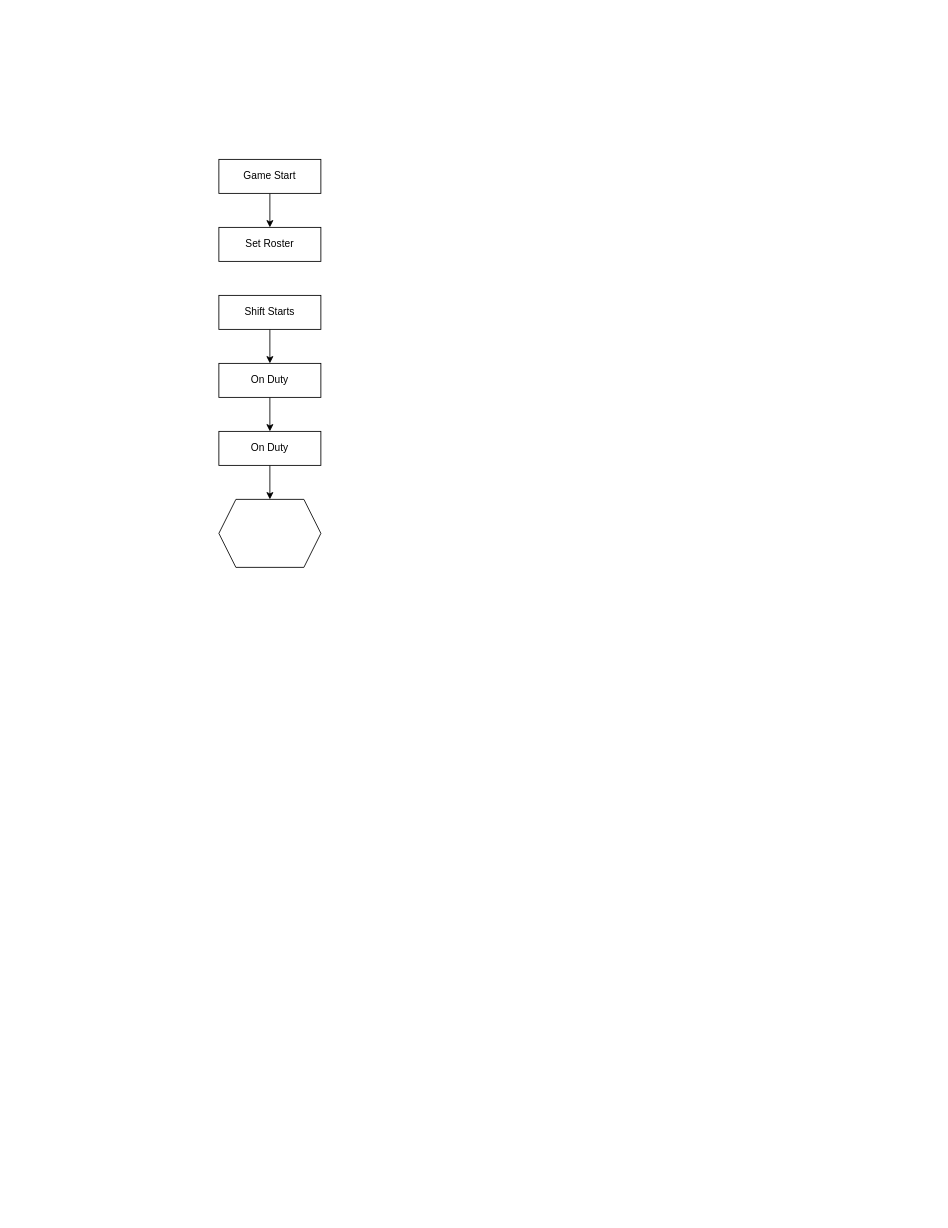
Before: Life Savers Game Loop.drawio in Lekonia/Documents, a draw.io diagram. Source tidied: cells renumbered, new cells numbered last; positions are measured from the earlier drawing's top-left corner, leaving out a move shared by most shapes. Both pictures are drawn from the tidied source at 85%, with x=0, y=0 at pixel (218, 159).
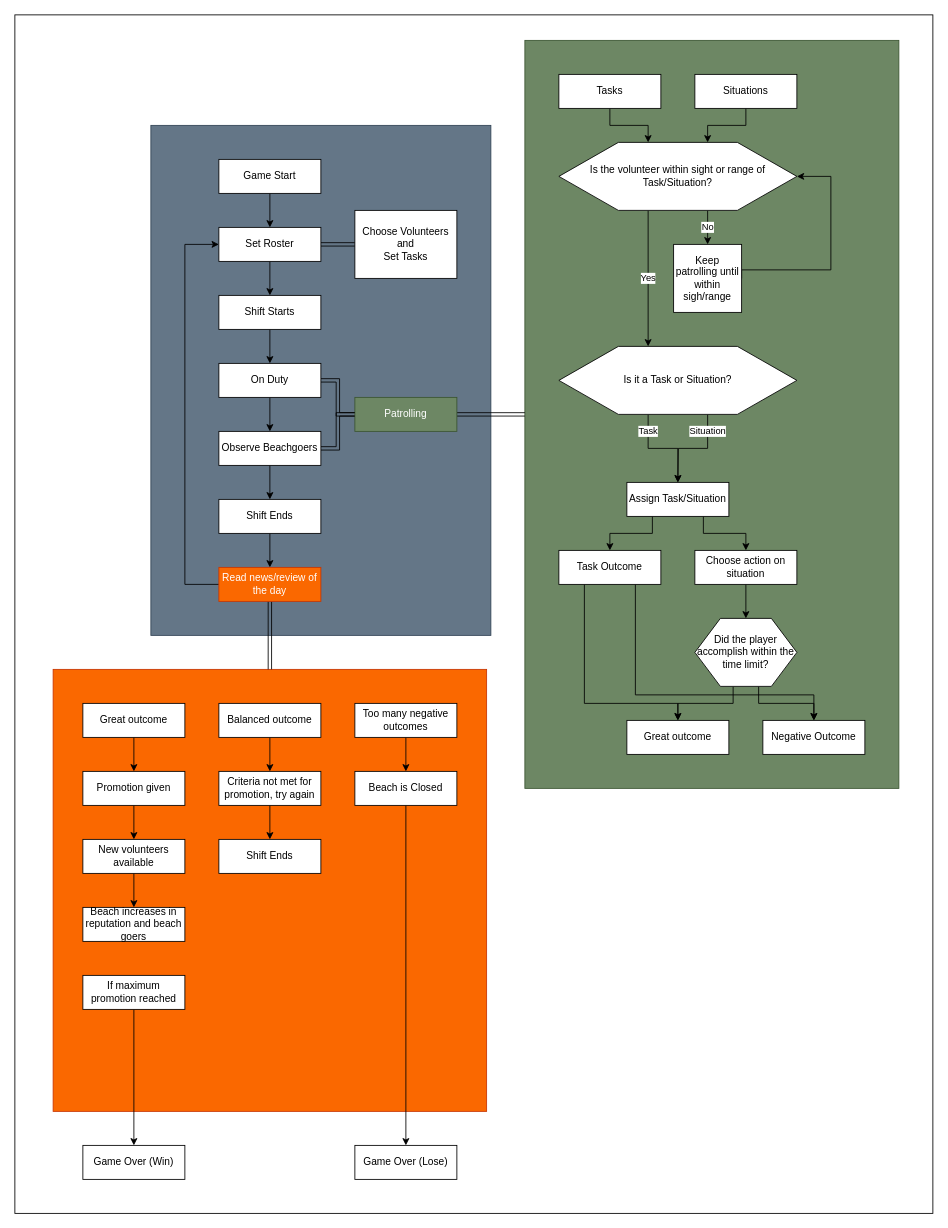
After the change.

Unchanged cells that the change refers to:
```xml
<mxCell id="4" value="Set Roster" style="rounded=0;whiteSpace=wrap;html=1;" parent="1" vertex="1">
  <mxGeometry y="80" width="120" height="40" as="geometry" />
</mxCell>
<mxCell id="6" value="Shift Starts" style="rounded=0;whiteSpace=wrap;html=1;" parent="1" vertex="1">
  <mxGeometry y="160" width="120" height="40" as="geometry" />
</mxCell>
<mxCell id="8" value="On Duty" style="rounded=0;whiteSpace=wrap;html=1;" parent="1" vertex="1">
  <mxGeometry y="240" width="120" height="40" as="geometry" />
</mxCell>
```

What changed in the source:
```diff
@@
+    <mxCell id="12" style="rounded=0;whiteSpace=wrap;html=1;" parent="1" vertex="1">
+      <mxGeometry x="-240" y="-170" width="1080" height="1410" as="geometry" />
+    </mxCell>
+    <mxCell id="13" style="rounded=0;whiteSpace=wrap;html=1;fillColor=#647687;strokeColor=#314354;fontColor=#ffffff;" parent="1" vertex="1">
+      <mxGeometry x="-80" y="-40" width="400" height="600" as="geometry" />
+    </mxCell>
+    <mxCell id="14" style="rounded=0;whiteSpace=wrap;html=1;fillColor=#6d8764;strokeColor=#3A5431;fontColor=#ffffff;" parent="1" vertex="1">
+      <mxGeometry x="360" y="-140" width="440" height="880" as="geometry" />
+    </mxCell>
+    <mxCell id="15" style="rounded=0;whiteSpace=wrap;html=1;fillColor=#fa6800;strokeColor=#C73500;fontColor=#ffffff;" parent="1" vertex="1">
+      <mxGeometry x="-195" y="600" width="510" height="520" as="geometry" />
+    </mxCell>
@@
+    <mxCell id="16" style="edgeStyle=orthogonalEdgeStyle;rounded=0;jettySize=auto;html=1;" parent="1" edge="1" source="4" target="6">
+      <mxGeometry relative="1" as="geometry" />
+    </mxCell>
+    <mxCell id="17" style="edgeStyle=orthogonalEdgeStyle;rounded=0;jettySize=auto;html=1;shape=link;" parent="1" edge="1" source="4" target="18">
+      <mxGeometry relative="1" as="geometry" />
+    </mxCell>
@@
+    <mxCell id="18" value="Choose Volunteers&lt;br&gt;and&lt;br&gt;Set Tasks" style="rounded=0;whiteSpace=wrap;html=1;" parent="1" vertex="1">
+      <mxGeometry x="160" y="60" width="120" height="80" as="geometry" />
+    </mxCell>
@@
+    <mxCell id="19" style="edgeStyle=orthogonalEdgeStyle;rounded=0;jettySize=auto;html=1;shape=link;" parent="1" edge="1" source="8" target="21">
+      <mxGeometry relative="1" as="geometry" />
+    </mxCell>
@@
-    <mxCell id="9" style="edgeStyle=orthogonalEdgeStyle;rounded=0;jettySize=auto;html=1;" parent="1" edge="1" source="10" target="11">
-      <mxGeometry relative="1" as="geometry" />
-    </mxCell>
+    <mxCell id="20" style="edgeStyle=orthogonalEdgeStyle;rounded=0;jettySize=auto;html=1;entryX=0;entryY=0.5;entryDx=0;entryDy=0;shape=link;" parent="1" edge="1" source="21" target="14">
+      <mxGeometry relative="1" as="geometry" />
+    </mxCell>
+    <mxCell id="21" value="Patrolling" style="rounded=0;whiteSpace=wrap;html=1;fillColor=#6d8764;strokeColor=#3A5431;fontColor=#ffffff;" parent="1" vertex="1">
+      <mxGeometry x="160" y="280" width="120" height="40" as="geometry" />
+    </mxCell>
+    <mxCell id="22" style="edgeStyle=orthogonalEdgeStyle;rounded=0;jettySize=auto;html=1;" parent="1" edge="1" source="10" target="26">
+      <mxGeometry relative="1" as="geometry" />
+    </mxCell>
+    <mxCell id="23" style="edgeStyle=orthogonalEdgeStyle;rounded=0;jettySize=auto;html=1;shape=link;" parent="1" edge="1" source="10" target="21">
+      <mxGeometry relative="1" as="geometry" />
+    </mxCell>
-    <mxCell id="10" value="On Duty" style="rounded=0;whiteSpace=wrap;html=1;" parent="1" vertex="1">
+    <mxCell id="10" value="Observe Beachgoers" style="rounded=0;whiteSpace=wrap;html=1;" parent="1" vertex="1">
       <mxGeometry y="320" width="120" height="40" as="geometry" />
     </mxCell>
-    <mxCell id="11" style="shape=hexagon;perimeter=hexagonPerimeter2;whiteSpace=wrap;html=1;fixedSize=1;" parent="1" vertex="1">
-      <mxGeometry y="400" width="120" height="80" as="geometry" />
-    </mxCell>
+    <mxCell id="24" style="edgeStyle=orthogonalEdgeStyle;rounded=0;jettySize=auto;html=1;entryX=0;entryY=0.5;entryDx=0;entryDy=0;exitX=0;exitY=0.5;exitDx=0;exitDy=0;" parent="1" edge="1" source="28" target="4">
+      <mxGeometry relative="1" as="geometry">
+        <Array as="points">
+          <mxPoint x="-40" y="500" />
+          <mxPoint x="-40" y="100" />
+        </Array>
+      </mxGeometry>
+    </mxCell>
+    <mxCell id="25" style="edgeStyle=orthogonalEdgeStyle;rounded=0;jettySize=auto;html=1;" parent="1" edge="1" source="26" target="28">
+      <mxGeometry relative="1" as="geometry" />
+    </mxCell>
+    <mxCell id="26" value="Shift Ends" style="rounded=0;whiteSpace=wrap;html=1;" parent="1" vertex="1">
+      <mxGeometry y="400" width="120" height="40" as="geometry" />
+    </mxCell>
+    <mxCell id="27" style="edgeStyle=orthogonalEdgeStyle;shape=link;rounded=0;jettySize=auto;html=1;" parent="1" edge="1" source="28" target="15">
+      <mxGeometry relative="1" as="geometry" />
+    </mxCell>
+    <mxCell id="28" value="Read news/review of the day" style="rounded=0;whiteSpace=wrap;html=1;fillColor=#fa6800;strokeColor=#C73500;fontColor=#ffffff;" parent="1" vertex="1">
+      <mxGeometry y="480" width="120" height="40" as="geometry" />
+    </mxCell>
+    <mxCell id="29" style="edgeStyle=orthogonalEdgeStyle;rounded=0;jettySize=auto;html=1;entryX=0.375;entryY=0;entryDx=0;entryDy=0;" parent="1" edge="1" source="30" target="35">
+      <mxGeometry relative="1" as="geometry" />
+    </mxCell>
+    <mxCell id="30" value="Tasks" style="rounded=0;whiteSpace=wrap;html=1;" parent="1" vertex="1">
+      <mxGeometry x="400" y="-100" width="120" height="40" as="geometry" />
+    </mxCell>
+    <mxCell id="31" style="edgeStyle=orthogonalEdgeStyle;rounded=0;jettySize=auto;html=1;entryX=0.625;entryY=0;entryDx=0;entryDy=0;" parent="1" edge="1" source="32" target="35">
+      <mxGeometry relative="1" as="geometry" />
+    </mxCell>
+    <mxCell id="32" value="Situations" style="rounded=0;whiteSpace=wrap;html=1;" parent="1" vertex="1">
+      <mxGeometry x="560" y="-100" width="120" height="40" as="geometry" />
+    </mxCell>
+    <mxCell id="33" value="Yes" style="edgeStyle=orthogonalEdgeStyle;rounded=0;jettySize=auto;html=1;exitX=0.375;exitY=1;exitDx=0;exitDy=0;entryX=0.375;entryY=0;entryDx=0;entryDy=0;" parent="1" edge="1" source="35" target="61">
+      <mxGeometry relative="1" as="geometry" />
+    </mxCell>
+    <mxCell id="34" value="No" style="edgeStyle=orthogonalEdgeStyle;rounded=0;jettySize=auto;html=1;exitX=0.625;exitY=1;exitDx=0;exitDy=0;entryX=0.5;entryY=0;entryDx=0;entryDy=0;" parent="1" edge="1" source="35" target="63">
+      <mxGeometry relative="1" as="geometry" />
+    </mxCell>
+    <mxCell id="35" value="Is the volunteer within sight or range of Task/Situation?" style="shape=hexagon;perimeter=hexagonPerimeter2;whiteSpace=wrap;html=1;" parent="1" vertex="1">
+      <mxGeometry x="400" y="-20" width="280" height="80" as="geometry" />
+    </mxCell>
+    <mxCell id="36" style="edgeStyle=orthogonalEdgeStyle;rounded=0;jettySize=auto;html=1;" parent="1" edge="1" source="37" target="39">
+      <mxGeometry relative="1" as="geometry" />
+    </mxCell>
+    <mxCell id="37" value="Too many negative outcomes" style="rounded=0;whiteSpace=wrap;html=1;" parent="1" vertex="1">
+      <mxGeometry x="160" y="640" width="120" height="40" as="geometry" />
+    </mxCell>
+    <mxCell id="38" style="edgeStyle=orthogonalEdgeStyle;rounded=0;jettySize=auto;html=1;" parent="1" edge="1" source="39" target="40">
+      <mxGeometry relative="1" as="geometry" />
+    </mxCell>
+    <mxCell id="39" value="Beach is Closed" style="rounded=0;whiteSpace=wrap;html=1;" parent="1" vertex="1">
+      <mxGeometry x="160" y="720" width="120" height="40" as="geometry" />
+    </mxCell>
+    <mxCell id="40" value="Game Over (Lose)" style="rounded=0;whiteSpace=wrap;html=1;" parent="1" vertex="1">
+      <mxGeometry x="160" y="1160" width="120" height="40" as="geometry" />
+    </mxCell>
+    <mxCell id="41" style="edgeStyle=orthogonalEdgeStyle;rounded=0;jettySize=auto;html=1;" parent="1" edge="1" source="42" target="44">
+      <mxGeometry relative="1" as="geometry" />
+    </mxCell>
+    <mxCell id="42" value="Balanced outcome" style="rounded=0;whiteSpace=wrap;html=1;" parent="1" vertex="1">
+      <mxGeometry y="640" width="120" height="40" as="geometry" />
+    </mxCell>
+    <mxCell id="43" style="edgeStyle=orthogonalEdgeStyle;rounded=0;jettySize=auto;html=1;" parent="1" edge="1" source="44" target="45">
+      <mxGeometry relative="1" as="geometry" />
+    </mxCell>
+    <mxCell id="44" value="Criteria not met for promotion, try again" style="rounded=0;whiteSpace=wrap;html=1;" parent="1" vertex="1">
+      <mxGeometry y="720" width="120" height="40" as="geometry" />
+    </mxCell>
+    <mxCell id="45" value="Shift Ends" style="rounded=0;whiteSpace=wrap;html=1;" parent="1" vertex="1">
+      <mxGeometry y="800" width="120" height="40" as="geometry" />
+    </mxCell>
+    <mxCell id="46" style="edgeStyle=orthogonalEdgeStyle;rounded=0;jettySize=auto;html=1;" parent="1" edge="1" source="47" target="49">
+      <mxGeometry relative="1" as="geometry" />
+    </mxCell>
+    <mxCell id="47" value="Great outcome" style="rounded=0;whiteSpace=wrap;html=1;" parent="1" vertex="1">
+      <mxGeometry x="-160" y="640" width="120" height="40" as="geometry" />
+    </mxCell>
+    <mxCell id="48" style="edgeStyle=orthogonalEdgeStyle;rounded=0;jettySize=auto;html=1;" parent="1" edge="1" source="49" target="51">
+      <mxGeometry relative="1" as="geometry" />
+    </mxCell>
+    <mxCell id="49" value="Promotion given" style="rounded=0;whiteSpace=wrap;html=1;" parent="1" vertex="1">
+      <mxGeometry x="-160" y="720" width="120" height="40" as="geometry" />
+    </mxCell>
+    <mxCell id="50" style="edgeStyle=orthogonalEdgeStyle;rounded=0;jettySize=auto;html=1;" parent="1" edge="1" source="51" target="52">
+      <mxGeometry relative="1" as="geometry" />
+    </mxCell>
+    <mxCell id="51" value="New volunteers available" style="rounded=0;whiteSpace=wrap;html=1;" parent="1" vertex="1">
+      <mxGeometry x="-160" y="800" width="120" height="40" as="geometry" />
+    </mxCell>
+    <mxCell id="52" value="Beach increases in reputation and beach goers" style="rounded=0;whiteSpace=wrap;html=1;" parent="1" vertex="1">
+      <mxGeometry x="-160" y="880" width="120" height="40" as="geometry" />
+    </mxCell>
+    <mxCell id="53" style="edgeStyle=orthogonalEdgeStyle;rounded=0;jettySize=auto;html=1;" parent="1" edge="1" source="54" target="55">
+      <mxGeometry relative="1" as="geometry" />
+    </mxCell>
+    <mxCell id="54" value="If maximum promotion reached" style="rounded=0;whiteSpace=wrap;html=1;" parent="1" vertex="1">
+      <mxGeometry x="-160" y="960" width="120" height="40" as="geometry" />
+    </mxCell>
+    <mxCell id="55" value="Game Over (Win)" style="rounded=0;whiteSpace=wrap;html=1;" parent="1" vertex="1">
+      <mxGeometry x="-160" y="1160" width="120" height="40" as="geometry" />
+    </mxCell>
+    <mxCell id="56" style="edgeStyle=orthogonalEdgeStyle;rounded=0;jettySize=auto;html=1;exitX=0.25;exitY=1;exitDx=0;exitDy=0;entryX=0.5;entryY=0;entryDx=0;entryDy=0;" parent="1" edge="1" source="58" target="66">
+      <mxGeometry relative="1" as="geometry" />
+    </mxCell>
+    <mxCell id="57" style="edgeStyle=orthogonalEdgeStyle;rounded=0;jettySize=auto;html=1;exitX=0.75;exitY=1;exitDx=0;exitDy=0;" parent="1" edge="1" source="58" target="68">
+      <mxGeometry relative="1" as="geometry" />
+    </mxCell>
+    <mxCell id="58" value="Assign Task/Situation" style="rounded=0;whiteSpace=wrap;html=1;" parent="1" vertex="1">
+      <mxGeometry x="480" y="380" width="120" height="40" as="geometry" />
+    </mxCell>
+    <mxCell id="59" value="Task" style="edgeStyle=orthogonalEdgeStyle;rounded=0;jettySize=auto;html=1;exitX=0.375;exitY=1;exitDx=0;exitDy=0;entryX=0.5;entryY=0;entryDx=0;entryDy=0;" parent="1" edge="1" source="61" target="58">
+      <mxGeometry x="-0.65" relative="1" as="geometry">
+        <Array as="points">
+          <mxPoint x="505" y="340" />
+          <mxPoint x="540" y="340" />
+        </Array>
+      </mxGeometry>
+    </mxCell>
+    <mxCell id="60" value="Situation" style="edgeStyle=orthogonalEdgeStyle;rounded=0;jettySize=auto;html=1;exitX=0.625;exitY=1;exitDx=0;exitDy=0;" parent="1" edge="1" source="61">
+      <mxGeometry x="-0.65" relative="1" as="geometry">
+        <mxPoint x="540" y="380" as="targetPoint" />
+      </mxGeometry>
+    </mxCell>
+    <mxCell id="61" value="Is it a Task or Situation?" style="shape=hexagon;perimeter=hexagonPerimeter2;whiteSpace=wrap;html=1;" parent="1" vertex="1">
+      <mxGeometry x="400" y="220" width="280" height="80" as="geometry" />
+    </mxCell>
+    <mxCell id="62" style="edgeStyle=orthogonalEdgeStyle;rounded=0;jettySize=auto;html=1;entryX=1;entryY=0.5;entryDx=0;entryDy=0;exitX=1;exitY=0.5;exitDx=0;exitDy=0;" parent="1" edge="1" source="63" target="35">
+      <mxGeometry relative="1" as="geometry">
+        <Array as="points">
+          <mxPoint x="720" y="130" />
+          <mxPoint x="720" y="20" />
+        </Array>
+      </mxGeometry>
+    </mxCell>
+    <mxCell id="63" value="Keep patrolling until within sigh/range" style="whiteSpace=wrap;html=1;" parent="1" vertex="1">
+      <mxGeometry x="535" y="100" width="80" height="80" as="geometry" />
+    </mxCell>
+    <mxCell id="64" style="edgeStyle=orthogonalEdgeStyle;rounded=0;jettySize=auto;html=1;exitX=0.75;exitY=1;exitDx=0;exitDy=0;entryX=0.5;entryY=0;entryDx=0;entryDy=0;" parent="1" edge="1" source="66" target="73">
+      <mxGeometry relative="1" as="geometry">
+        <Array as="points">
+          <mxPoint x="490" y="630" />
+          <mxPoint x="700" y="630" />
+        </Array>
+      </mxGeometry>
+    </mxCell>
+    <mxCell id="65" style="edgeStyle=orthogonalEdgeStyle;rounded=0;jettySize=auto;html=1;exitX=0.25;exitY=1;exitDx=0;exitDy=0;" parent="1" edge="1" source="66" target="72">
+      <mxGeometry relative="1" as="geometry">
+        <Array as="points">
+          <mxPoint x="430" y="640" />
+          <mxPoint x="540" y="640" />
+        </Array>
+      </mxGeometry>
+    </mxCell>
+    <mxCell id="66" value="Task Outcome" style="rounded=0;whiteSpace=wrap;html=1;" parent="1" vertex="1">
+      <mxGeometry x="400" y="460" width="120" height="40" as="geometry" />
+    </mxCell>
+    <mxCell id="67" style="edgeStyle=orthogonalEdgeStyle;rounded=0;jettySize=auto;html=1;" parent="1" edge="1" source="68" target="71">
+      <mxGeometry relative="1" as="geometry" />
+    </mxCell>
+    <mxCell id="68" value="Choose action on situation" style="rounded=0;whiteSpace=wrap;html=1;" parent="1" vertex="1">
+      <mxGeometry x="560" y="460" width="120" height="40" as="geometry" />
+    </mxCell>
+    <mxCell id="69" style="edgeStyle=orthogonalEdgeStyle;rounded=0;jettySize=auto;html=1;exitX=0.375;exitY=1;exitDx=0;exitDy=0;" parent="1" edge="1" source="71" target="72">
+      <mxGeometry relative="1" as="geometry" />
+    </mxCell>
+    <mxCell id="70" style="edgeStyle=orthogonalEdgeStyle;rounded=0;jettySize=auto;html=1;exitX=0.625;exitY=1;exitDx=0;exitDy=0;" parent="1" edge="1" source="71" target="73">
+      <mxGeometry relative="1" as="geometry" />
+    </mxCell>
+    <mxCell id="71" value="Did the player accomplish within the time limit?" style="shape=hexagon;perimeter=hexagonPerimeter2;whiteSpace=wrap;html=1;" parent="1" vertex="1">
+      <mxGeometry x="560" y="540" width="120" height="80" as="geometry" />
+    </mxCell>
+    <mxCell id="72" value="Great outcome" style="rounded=0;whiteSpace=wrap;html=1;" parent="1" vertex="1">
+      <mxGeometry x="480" y="660" width="120" height="40" as="geometry" />
+    </mxCell>
+    <mxCell id="73" value="Negative Outcome" style="rounded=0;whiteSpace=wrap;html=1;" parent="1" vertex="1">
+      <mxGeometry x="640" y="660" width="120" height="40" as="geometry" />
+    </mxCell>
```
